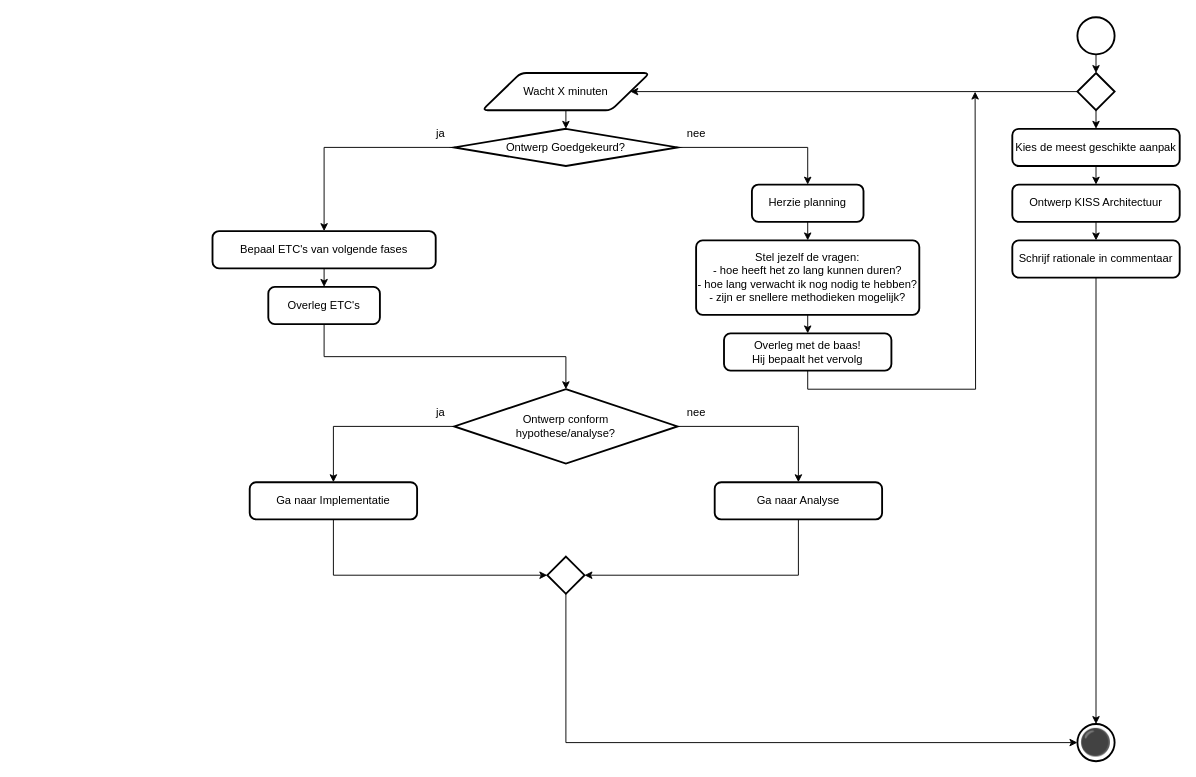
Zaibatsu89/IssueTracker keeps this draw.io diagram as 3 Issue Tracker ontwerp.drawio. Above is the earlier version. Source tidied: cells renumbered, new cells numbered last; positions are measured from the earlier drawing's top-left corner, leaving out a move shared by most shapes. Both pictures are drawn from the tidied source at 93%, with x=0, y=0 at pixel (212, 17).
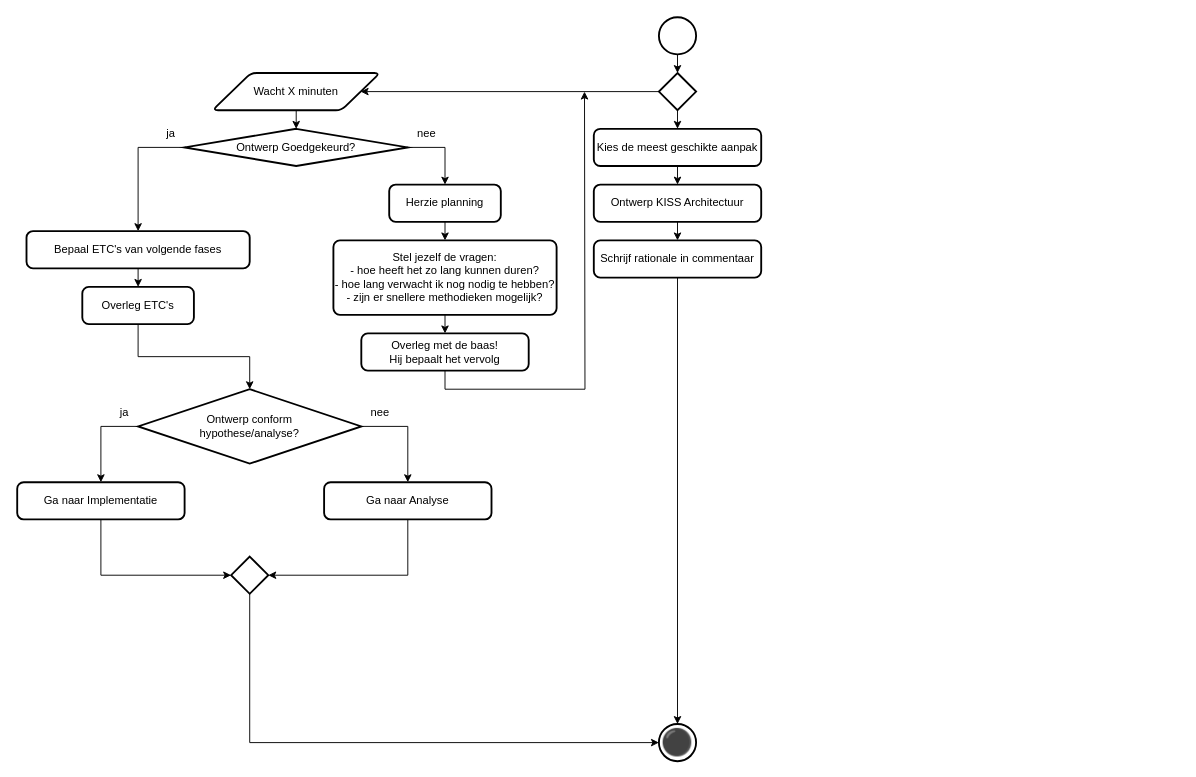
Above is the later version.

What changed in the source:
```diff
@@
     <mxCell id="2" style="strokeWidth=2;html=1;shape=mxgraph.flowchart.start_2;whiteSpace=wrap;" parent="1" vertex="1">
-      <mxGeometry x="930" width="40" height="40" as="geometry" />
+      <mxGeometry x="480" width="40" height="40" as="geometry" />
     </mxCell>
@@
     <mxCell id="4" value="Kies de meest geschikte aanpak" style="rounded=1;whiteSpace=wrap;html=1;absoluteArcSize=1;arcSize=14;strokeWidth=2;" parent="1" vertex="1">
-      <mxGeometry x="860" y="120" width="180" height="40" as="geometry" />
+      <mxGeometry x="410" y="120" width="180" height="40" as="geometry" />
     </mxCell>
@@
     <mxCell id="6" value="Ontwerp KISS Architectuur" style="rounded=1;whiteSpace=wrap;html=1;absoluteArcSize=1;arcSize=14;strokeWidth=2;" parent="1" vertex="1">
-      <mxGeometry x="860" y="180" width="180" height="40" as="geometry" />
+      <mxGeometry x="410" y="180" width="180" height="40" as="geometry" />
     </mxCell>
     <mxCell id="7" value="Schrijf rationale in commentaar" style="rounded=1;whiteSpace=wrap;html=1;absoluteArcSize=1;arcSize=14;strokeWidth=2;" parent="1" vertex="1">
-      <mxGeometry x="860" y="240" width="180" height="40" as="geometry" />
+      <mxGeometry x="410" y="240" width="180" height="40" as="geometry" />
     </mxCell>
@@
     <mxCell id="10" value="Ontwerp Goedgekeurd?" style="strokeWidth=2;html=1;shape=mxgraph.flowchart.decision;whiteSpace=wrap;" parent="1" vertex="1">
-      <mxGeometry x="260" y="120" width="240" height="40" as="geometry" />
+      <mxGeometry x="-30" y="120" width="240" height="40" as="geometry" />
     </mxCell>
     <mxCell id="11" value="ja" style="text;html=1;align=center;verticalAlign=middle;strokeColor=none;fillColor=none;" parent="1" vertex="1">
-      <mxGeometry x="230" y="110" width="30" height="30" as="geometry" />
+      <mxGeometry x="-60" y="110" width="30" height="30" as="geometry" />
     </mxCell>
     <mxCell id="12" value="nee" style="text;html=1;align=center;verticalAlign=middle;strokeColor=none;fillColor=none;" parent="1" vertex="1">
-      <mxGeometry x="500" y="110" width="40" height="30" as="geometry" />
+      <mxGeometry x="210" y="110" width="40" height="30" as="geometry" />
     </mxCell>
     <mxCell id="13" value="Ga naar Implementatie" style="rounded=1;whiteSpace=wrap;html=1;absoluteArcSize=1;arcSize=14;strokeWidth=2;" parent="1" vertex="1">
-      <mxGeometry x="40" y="500" width="180" height="40" as="geometry" />
+      <mxGeometry x="-210" y="500" width="180" height="40" as="geometry" />
     </mxCell>
@@
     <mxCell id="16" value="Ontwerp conform&lt;br&gt;hypothese/analyse?" style="strokeWidth=2;html=1;shape=mxgraph.flowchart.decision;whiteSpace=wrap;" parent="1" vertex="1">
-      <mxGeometry x="260" y="400" width="240" height="80" as="geometry" />
+      <mxGeometry x="-80" y="400" width="240" height="80" as="geometry" />
     </mxCell>
     <mxCell id="17" value="ja" style="text;html=1;align=center;verticalAlign=middle;strokeColor=none;fillColor=none;" parent="1" vertex="1">
-      <mxGeometry x="230" y="410" width="30" height="30" as="geometry" />
+      <mxGeometry x="-110" y="410" width="30" height="30" as="geometry" />
     </mxCell>
     <mxCell id="18" value="Ga naar Analyse" style="rounded=1;whiteSpace=wrap;html=1;absoluteArcSize=1;arcSize=14;strokeWidth=2;" parent="1" vertex="1">
-      <mxGeometry x="540" y="500" width="180" height="40" as="geometry" />
+      <mxGeometry x="120" y="500" width="180" height="40" as="geometry" />
     </mxCell>
     <mxCell id="19" value="&lt;span&gt;⚫&lt;/span&gt;" style="strokeWidth=2;html=1;shape=mxgraph.flowchart.start_2;whiteSpace=wrap;fontSize=28;" parent="1" vertex="1">
-      <mxGeometry x="930" y="760" width="40" height="40" as="geometry" />
+      <mxGeometry x="480" y="760" width="40" height="40" as="geometry" />
     </mxCell>
@@
     <mxCell id="21" value="Bepaal ETC's van volgende fases" style="rounded=1;whiteSpace=wrap;html=1;absoluteArcSize=1;arcSize=14;strokeWidth=2;" parent="1" vertex="1">
-      <mxGeometry y="230" width="240" height="40" as="geometry" />
+      <mxGeometry x="-200" y="230" width="240" height="40" as="geometry" />
     </mxCell>
     <mxCell id="22" value="Overleg ETC's" style="rounded=1;whiteSpace=wrap;html=1;absoluteArcSize=1;arcSize=14;strokeWidth=2;" parent="1" vertex="1">
-      <mxGeometry x="60" y="290" width="120" height="40" as="geometry" />
+      <mxGeometry x="-140" y="290" width="120" height="40" as="geometry" />
     </mxCell>
     <mxCell id="23" value="nee" style="text;html=1;align=center;verticalAlign=middle;strokeColor=none;fillColor=none;" parent="1" vertex="1">
-      <mxGeometry x="500" y="410" width="40" height="30" as="geometry" />
+      <mxGeometry x="160" y="410" width="40" height="30" as="geometry" />
     </mxCell>
@@
     <mxCell id="27" style="strokeWidth=2;html=1;shape=mxgraph.flowchart.decision;whiteSpace=wrap;" parent="1" vertex="1">
-      <mxGeometry x="930" y="60" width="40" height="40" as="geometry" />
+      <mxGeometry x="480" y="60" width="40" height="40" as="geometry" />
     </mxCell>
@@
     <mxCell id="29" value="Wacht X minuten" style="shape=parallelogram;html=1;strokeWidth=2;perimeter=parallelogramPerimeter;whiteSpace=wrap;rounded=1;arcSize=12;size=0.23;" parent="1" vertex="1">
-      <mxGeometry x="290" y="60" width="180" height="40" as="geometry" />
+      <mxGeometry y="60" width="180" height="40" as="geometry" />
     </mxCell>
@@
     <mxCell id="31" value="Herzie planning" style="rounded=1;whiteSpace=wrap;html=1;absoluteArcSize=1;arcSize=14;strokeWidth=2;" parent="1" vertex="1">
-      <mxGeometry x="580" y="180" width="120" height="40" as="geometry" />
+      <mxGeometry x="190" y="180" width="120" height="40" as="geometry" />
     </mxCell>
@@
     <mxCell id="33" value="Stel jezelf de vragen:&lt;div&gt;- hoe heeft het zo lang kunnen duren?&lt;/div&gt;&lt;div&gt;- hoe lang verwacht ik nog nodig te hebben?&lt;/div&gt;&lt;div&gt;- zijn er snellere methodieken mogelijk?&lt;/div&gt;" style="rounded=1;whiteSpace=wrap;html=1;absoluteArcSize=1;arcSize=14;strokeWidth=2;" parent="1" vertex="1">
-      <mxGeometry x="520" y="240" width="240" height="80" as="geometry" />
+      <mxGeometry x="130" y="240" width="240" height="80" as="geometry" />
     </mxCell>
-    <mxCell id="34" style="edgeStyle=orthogonalEdgeStyle;rounded=0;jettySize=auto;html=1;exitX=0.5;exitY=1;exitDx=0;exitDy=0;" parent="1" edge="1" source="35">
-      <mxGeometry relative="1" as="geometry">
-        <mxPoint x="820" y="80" as="targetPoint" />
-      </mxGeometry>
-    </mxCell>
+    <mxCell id="42" style="edgeStyle=orthogonalEdgeStyle;rounded=0;jettySize=auto;html=1;exitX=0.5;exitY=1;exitDx=0;exitDy=0;" parent="1" edge="1" source="35">
+      <mxGeometry relative="1" as="geometry">
+        <mxPoint x="400" y="80" as="targetPoint" />
+      </mxGeometry>
+    </mxCell>
     <mxCell id="35" value="Overleg met de baas!&lt;br&gt;Hij bepaalt het vervolg" style="rounded=1;whiteSpace=wrap;html=1;absoluteArcSize=1;arcSize=14;strokeWidth=2;" parent="1" vertex="1">
-      <mxGeometry x="550" y="340" width="180" height="40" as="geometry" />
+      <mxGeometry x="160" y="340" width="180" height="40" as="geometry" />
     </mxCell>
@@
     <mxCell id="37" style="strokeWidth=2;html=1;shape=mxgraph.flowchart.decision;whiteSpace=wrap;" parent="1" vertex="1">
-      <mxGeometry x="360" y="580" width="40" height="40" as="geometry" />
+      <mxGeometry x="20" y="580" width="40" height="40" as="geometry" />
     </mxCell>
```
